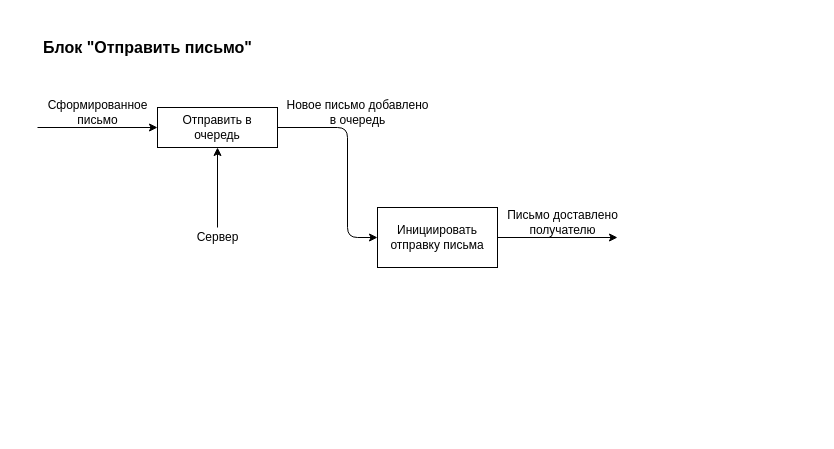
The draw.io diagram Схемы, диаграммы/Функциональная модель/Блок Отправить письмо.drawio in R0bari/MessageDeliveryService, before the edit. Source tidied: cells renumbered, new cells numbered last; positions are measured from the earlier drawing's top-left corner, leaving out a move shared by most shapes. Both pictures are drawn from the tidied source at 100%, with x=0, y=0 at pixel (37, 37).
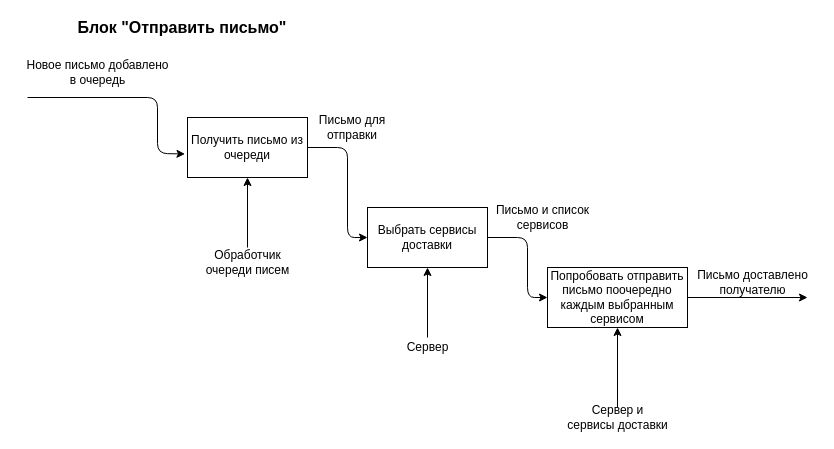
The same diagram, later.

Diff of the diagram source:
```diff
@@
-    <mxCell id="2" value="Отправить в очередь" style="rounded=0;whiteSpace=wrap;html=1;" parent="1" vertex="1">
-      <mxGeometry x="120" y="70" width="120" height="40" as="geometry" />
-    </mxCell>
-    <mxCell id="3" style="endArrow=classic;html=1;entryX=0;entryY=0.5;entryDx=0;entryDy=0;" parent="1" edge="1" target="2">
-      <mxGeometry relative="1" as="geometry">
-        <mxPoint y="90" as="sourcePoint" />
-      </mxGeometry>
-    </mxCell>
-    <mxCell id="4" value="Сформированное &lt;br&gt;письмо" style="text;html=1;align=center;verticalAlign=middle;" parent="1" vertex="1">
-      <mxGeometry y="60" width="120" height="30" as="geometry" />
-    </mxCell>
-    <mxCell id="5" style="endArrow=classic;html=1;entryX=0.5;entryY=1;entryDx=0;entryDy=0;" parent="1" edge="1" target="2">
-      <mxGeometry relative="1" as="geometry">
-        <mxPoint x="180" y="190" as="sourcePoint" />
-      </mxGeometry>
-    </mxCell>
+    <mxCell id="13" style="endArrow=classic;html=1;entryX=-0.021;entryY=0.608;entryDx=0;entryDy=0;entryPerimeter=0;" parent="1" edge="1" target="14">
+      <mxGeometry relative="1" as="geometry">
+        <mxPoint x="-10" y="60" as="sourcePoint" />
+        <Array as="points">
+          <mxPoint x="120" y="60" />
+          <mxPoint x="120" y="116" />
+        </Array>
+      </mxGeometry>
+    </mxCell>
+    <mxCell id="9" value="Новое письмо добавлено&lt;br&gt;в очередь" style="text;html=1;align=center;verticalAlign=middle;" parent="1" vertex="1">
+      <mxGeometry x="-20" y="20" width="160" height="30" as="geometry" />
+    </mxCell>
+    <mxCell id="14" value="Получить письмо из&lt;br&gt;очереди" style="rounded=0;whiteSpace=wrap;html=1;" parent="1" vertex="1">
+      <mxGeometry x="150" y="80" width="120" height="60" as="geometry" />
+    </mxCell>
+    <mxCell id="15" style="endArrow=classic;html=1;entryX=0.5;entryY=1;entryDx=0;entryDy=0;" parent="1" edge="1" target="14">
+      <mxGeometry relative="1" as="geometry">
+        <mxPoint x="210" y="210" as="sourcePoint" />
+      </mxGeometry>
+    </mxCell>
+    <mxCell id="16" value="Обработчик &lt;br&gt;очереди&amp;nbsp;писем" style="text;html=1;align=center;verticalAlign=middle;" parent="1" vertex="1">
+      <mxGeometry x="160" y="210" width="100" height="30" as="geometry" />
+    </mxCell>
+    <mxCell id="17" value="Выбрать сервисы доставки" style="rounded=0;whiteSpace=wrap;html=1;" parent="1" vertex="1">
+      <mxGeometry x="330" y="170" width="120" height="60" as="geometry" />
+    </mxCell>
+    <mxCell id="18" style="endArrow=classic;html=1;exitX=1;exitY=0.5;exitDx=0;exitDy=0;entryX=0;entryY=0.5;entryDx=0;entryDy=0;" parent="1" edge="1" source="14" target="17">
+      <mxGeometry relative="1" as="geometry">
+        <Array as="points">
+          <mxPoint x="310" y="110" />
+          <mxPoint x="310" y="200" />
+        </Array>
+      </mxGeometry>
+    </mxCell>
+    <mxCell id="19" value="Письмо для отправки" style="text;html=1;strokeColor=none;fillColor=none;align=center;verticalAlign=middle;whiteSpace=wrap;rounded=0;" parent="1" vertex="1">
+      <mxGeometry x="280" y="80" width="70" height="20" as="geometry" />
+    </mxCell>
+    <mxCell id="20" style="endArrow=classic;html=1;entryX=0.5;entryY=1;entryDx=0;entryDy=0;" parent="1" edge="1" target="17">
+      <mxGeometry relative="1" as="geometry">
+        <mxPoint x="390" y="300" as="sourcePoint" />
+      </mxGeometry>
+    </mxCell>
     <mxCell id="6" value="Сервер" style="text;html=1;align=center;verticalAlign=middle;" parent="1" vertex="1">
-      <mxGeometry x="150" y="190" width="60" height="20" as="geometry" />
+      <mxGeometry x="360" y="300" width="60" height="20" as="geometry" />
     </mxCell>
-    <mxCell id="7" value="Инициировать&lt;br&gt;отправку письма" style="rounded=0;whiteSpace=wrap;html=1;" parent="1" vertex="1">
-      <mxGeometry x="340" y="170" width="120" height="60" as="geometry" />
-    </mxCell>
-    <mxCell id="8" style="endArrow=classic;html=1;exitX=1;exitY=0.5;exitDx=0;exitDy=0;entryX=0;entryY=0.5;entryDx=0;entryDy=0;" parent="1" edge="1" source="2" target="7">
-      <mxGeometry relative="1" as="geometry">
-        <Array as="points">
-          <mxPoint x="310" y="90" />
-          <mxPoint x="310" y="200" />
-        </Array>
-      </mxGeometry>
-    </mxCell>
-    <mxCell id="9" value="Новое письмо добавлено&lt;br&gt;в очередь" style="text;html=1;align=center;verticalAlign=middle;" parent="1" vertex="1">
-      <mxGeometry x="240" y="60" width="160" height="30" as="geometry" />
-    </mxCell>
-    <mxCell id="10" style="endArrow=classic;html=1;exitX=1;exitY=0.5;exitDx=0;exitDy=0;" parent="1" edge="1" source="7">
-      <mxGeometry relative="1" as="geometry">
-        <mxPoint x="580" y="200" as="targetPoint" />
-      </mxGeometry>
-    </mxCell>
+    <mxCell id="21" value="Попробовать отправить письмо поочередно каждым выбранным сервисом" style="rounded=0;whiteSpace=wrap;html=1;" parent="1" vertex="1">
+      <mxGeometry x="510" y="230" width="140" height="60" as="geometry" />
+    </mxCell>
+    <mxCell id="22" style="endArrow=classic;html=1;exitX=1;exitY=0.5;exitDx=0;exitDy=0;entryX=0;entryY=0.5;entryDx=0;entryDy=0;" parent="1" edge="1" source="17" target="21">
+      <mxGeometry relative="1" as="geometry">
+        <Array as="points">
+          <mxPoint x="490" y="200" />
+          <mxPoint x="490" y="260" />
+        </Array>
+      </mxGeometry>
+    </mxCell>
+    <mxCell id="23" value="Письмо и список &lt;br&gt;сервисов" style="text;html=1;align=center;verticalAlign=middle;" parent="1" vertex="1">
+      <mxGeometry x="450" y="165" width="110" height="30" as="geometry" />
+    </mxCell>
+    <mxCell id="24" style="endArrow=classic;html=1;entryX=0.5;entryY=1;entryDx=0;entryDy=0;" parent="1" edge="1" target="21">
+      <mxGeometry relative="1" as="geometry">
+        <mxPoint x="580" y="370" as="sourcePoint" />
+      </mxGeometry>
+    </mxCell>
+    <mxCell id="25" value="Сервер и &lt;br&gt;сервисы доставки" style="text;html=1;align=center;verticalAlign=middle;" parent="1" vertex="1">
+      <mxGeometry x="520" y="365" width="120" height="30" as="geometry" />
+    </mxCell>
+    <mxCell id="26" style="endArrow=classic;html=1;exitX=1;exitY=0.5;exitDx=0;exitDy=0;" parent="1" edge="1" source="21">
+      <mxGeometry relative="1" as="geometry">
+        <mxPoint x="770" y="260" as="targetPoint" />
+      </mxGeometry>
+    </mxCell>
-    <mxCell id="11" value="Письмо доставлено&lt;br&gt;получателю" style="text;html=1;align=center;verticalAlign=middle;" parent="1" vertex="1">
-      <mxGeometry x="460" y="170" width="130" height="30" as="geometry" />
+    <mxCell id="11" value="Письмо доставлено &lt;br&gt;получателю" style="text;html=1;align=center;verticalAlign=middle;" parent="1" vertex="1">
+      <mxGeometry x="650" y="230" width="130" height="30" as="geometry" />
     </mxCell>
-    <mxCell id="12" value="&lt;font style=&quot;font-size: 16px&quot;&gt;&lt;b&gt;Блок &quot;Отправить письмо&quot;&lt;/b&gt;&lt;/font&gt;" style="text;html=1;align=center;verticalAlign=middle;" parent="1" vertex="1">
-      <mxGeometry width="220" height="20" as="geometry" />
+    <mxCell id="12" value="&lt;font style=&quot;font-size: 16px&quot;&gt;&lt;b&gt;Блок &quot;Отправить письмо&quot;&lt;/b&gt;&lt;/font&gt;" style="text;html=1;strokeColor=none;fillColor=none;align=center;verticalAlign=middle;whiteSpace=wrap;rounded=0;" parent="1" vertex="1">
+      <mxGeometry x="-20" y="-20" width="330" height="20" as="geometry" />
     </mxCell>
```
